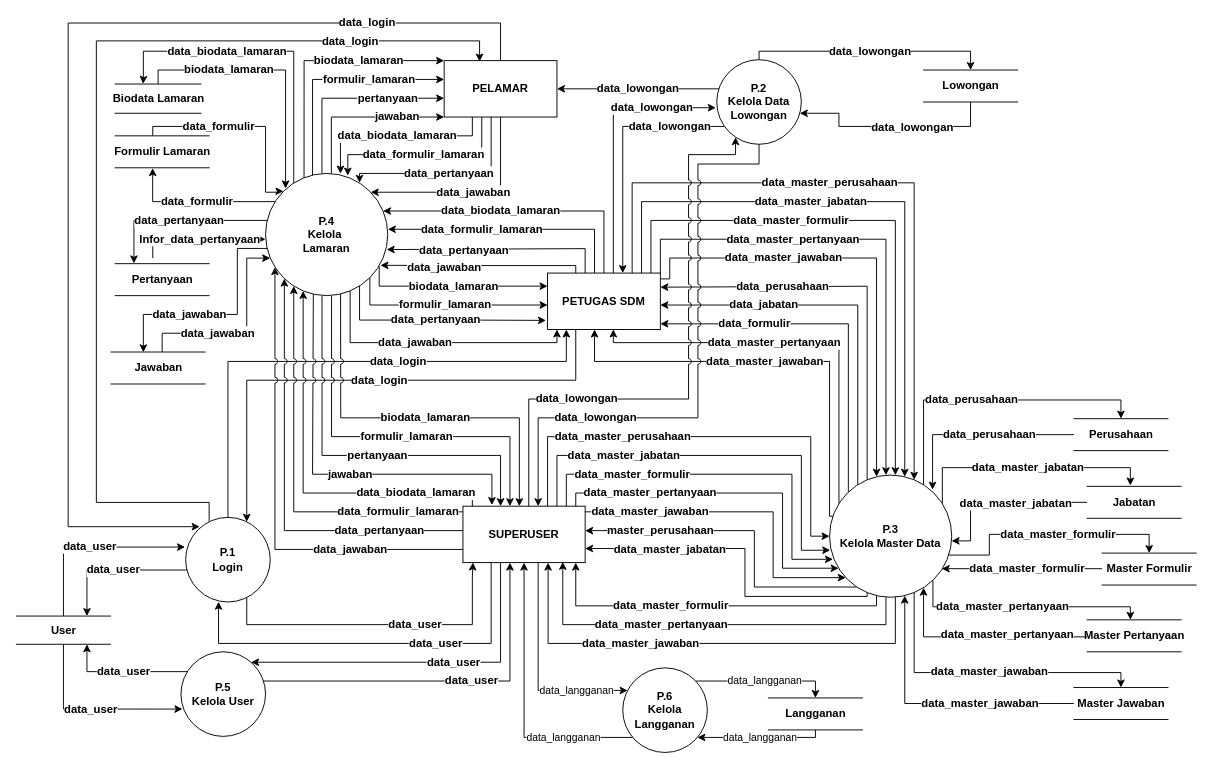
Earlier version of the draw.io diagram page "DFD 0" (2 of 8) of DFD v2.drawio (keys2505/tugas-akhir). Source tidied: cells renumbered, new cells numbered last; positions are measured from the earlier drawing's top-left corner, leaving out a move shared by most shapes. Both pictures are drawn from the tidied source at 94%, with x=0, y=0 at pixel (16, 23).
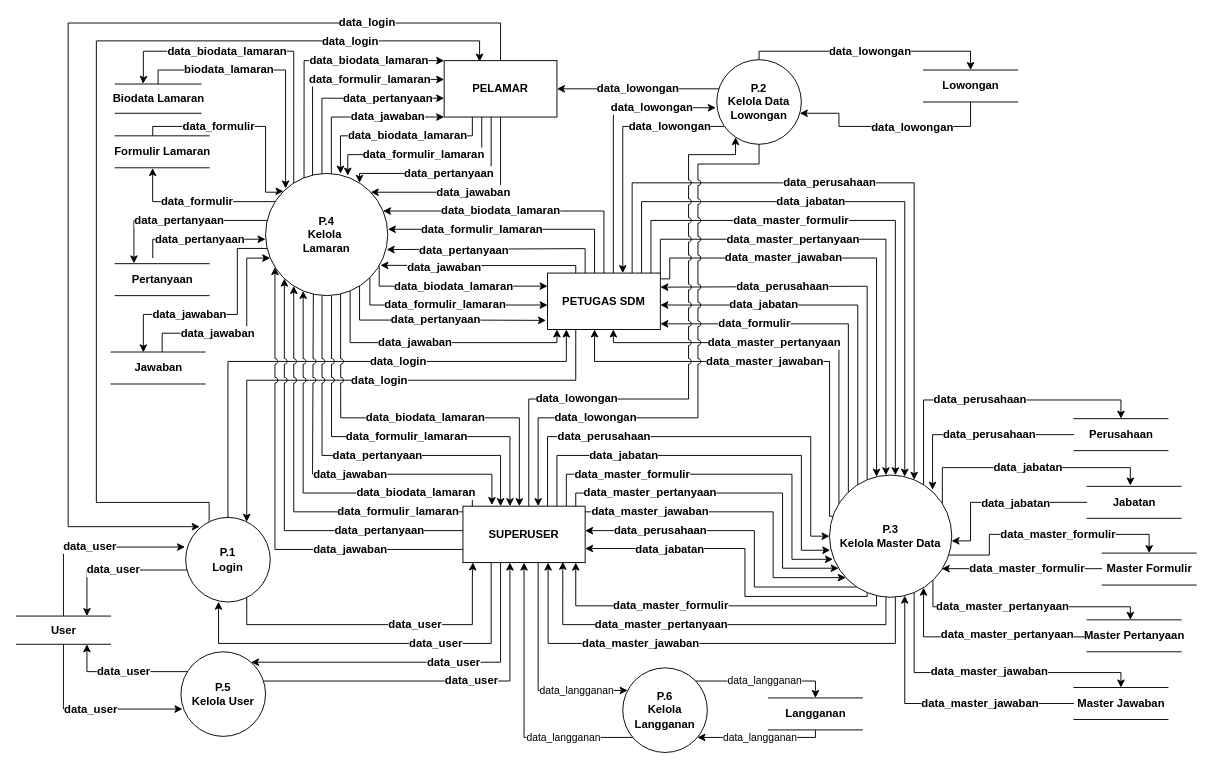
The same diagram, later.

The change refers to these unchanged cells:
```xml
<mxCell id="18" value="PETUGAS SDM" style="rounded=0;whiteSpace=wrap;html=1;fontStyle=1;fontSize=12;" parent="1" vertex="1">
  <mxGeometry x="565" y="266" width="120" height="60" as="geometry" />
</mxCell>
<mxCell id="24" value="PELAMAR" style="rounded=0;whiteSpace=wrap;html=1;fontStyle=1;fontSize=12;" parent="1" vertex="1">
  <mxGeometry x="455" y="40" width="120" height="60" as="geometry" />
</mxCell>
<mxCell id="36" value="SUPERUSER" style="rounded=0;whiteSpace=wrap;html=1;fontStyle=1;fontSize=12;" parent="1" vertex="1">
  <mxGeometry x="475" y="514" width="130" height="60" as="geometry" />
</mxCell>
<mxCell id="62" value="&lt;div style=&quot;font-size: 12px;&quot;&gt;P.3&lt;/div&gt;&lt;div style=&quot;font-size: 12px;&quot;&gt;Kelola Master Data&lt;br style=&quot;font-size: 12px;&quot;&gt;&lt;/div&gt;" style="ellipse;whiteSpace=wrap;html=1;fontStyle=1;fontSize=12;" parent="1" vertex="1">
  <mxGeometry x="865" y="480.9" width="130" height="130" as="geometry" />
</mxCell>
<mxCell id="79" value="&lt;div style=&quot;font-size: 12px;&quot;&gt;P.4&lt;/div&gt;&lt;div style=&quot;font-size: 12px;&quot;&gt;Kelola&amp;nbsp;&lt;/div&gt;&lt;div style=&quot;font-size: 12px;&quot;&gt;&lt;span style=&quot;background-color: initial; font-size: 12px;&quot;&gt;Lamaran&lt;/span&gt;&lt;br style=&quot;font-size: 12px;&quot;&gt;&lt;/div&gt;" style="ellipse;whiteSpace=wrap;html=1;fontStyle=1;fontSize=12;" parent="1" vertex="1">
  <mxGeometry x="265" y="160" width="130" height="130" as="geometry" />
</mxCell>
<mxCell id="90" value="Jabatan" style="html=1;dashed=0;whitespace=wrap;shape=partialRectangle;right=0;left=0;fontStyle=1;fontSize=12;" parent="1" vertex="1">
  <mxGeometry x="1139" y="492.9" width="100" height="34" as="geometry" />
</mxCell>
<mxCell id="92" value="Perusahaan" style="html=1;dashed=0;whitespace=wrap;shape=partialRectangle;right=0;left=0;fontStyle=1;fontSize=12;" parent="1" vertex="1">
  <mxGeometry x="1125" y="420.9" width="100" height="34" as="geometry" />
</mxCell>
```

What changed in the source:
```diff
@@
-    <mxCell id="13" value="data_master_jabatan" style="edgeStyle=orthogonalEdgeStyle;rounded=0;jettySize=auto;html=1;fontStyle=1;fontSize=12;" parent="1" edge="1" source="18" target="62">
+    <mxCell id="13" value="data_jabatan" style="edgeStyle=orthogonalEdgeStyle;rounded=0;jettySize=auto;html=1;fontStyle=1;fontSize=12;" parent="1" edge="1" source="18" target="62">
       <mxGeometry x="-0.21" relative="1" as="geometry">
         <Array as="points">
           <mxPoint x="665" y="190" />
           <mxPoint x="945" y="190" />
         </Array>
       </mxGeometry>
     </mxCell>
@@
-    <mxCell id="15" value="data_master_perusahaan" style="edgeStyle=orthogonalEdgeStyle;rounded=0;jettySize=auto;html=1;fontStyle=1;fontSize=12;" parent="1" edge="1" source="18" target="62">
+    <mxCell id="15" value="data_perusahaan" style="edgeStyle=orthogonalEdgeStyle;rounded=0;jettySize=auto;html=1;fontStyle=1;fontSize=12;" parent="1" edge="1" source="18" target="62">
       <mxGeometry x="-0.14" relative="1" as="geometry">
         <Array as="points">
           <mxPoint x="655" y="170" />
           <mxPoint x="955" y="170" />
         </Array>
       </mxGeometry>
     </mxCell>
@@
     <mxCell id="23" value="data_biodata_lamaran" style="edgeStyle=orthogonalEdgeStyle;rounded=0;jettySize=auto;html=1;entryX=0.613;entryY=0.002;entryDx=0;entryDy=0;entryPerimeter=0;fontStyle=1;fontSize=12;" parent="1" edge="1" source="24" target="79">
-      <mxGeometry relative="1" as="geometry">
+      <mxGeometry x="-0.1" relative="1" as="geometry">
         <Array as="points">
           <mxPoint x="485" y="120" />
           <mxPoint x="345" y="120" />
         </Array>
+        <mxPoint x="1" as="offset" />
       </mxGeometry>
     </mxCell>
@@
-    <mxCell id="27" value="jawaban" style="edgeStyle=orthogonalEdgeStyle;rounded=0;jettySize=auto;html=1;exitX=0.391;exitY=0.98;exitDx=0;exitDy=0;entryX=0.237;entryY=-0.02;entryDx=0;entryDy=0;exitPerimeter=0;jumpStyle=arc;entryPerimeter=0;fontStyle=1;fontSize=12;" parent="1" edge="1" source="79" target="36">
+    <mxCell id="27" value="data_jawaban" style="edgeStyle=orthogonalEdgeStyle;rounded=0;jettySize=auto;html=1;exitX=0.391;exitY=0.98;exitDx=0;exitDy=0;entryX=0.237;entryY=-0.02;entryDx=0;entryDy=0;exitPerimeter=0;jumpStyle=arc;entryPerimeter=0;fontStyle=1;fontSize=12;" parent="1" edge="1" source="79" target="36">
       <mxGeometry x="0.12" relative="1" as="geometry">
         <Array as="points">
           <mxPoint x="316" y="292" />
           <mxPoint x="315" y="292" />
           <mxPoint x="315" y="480" />
           <mxPoint x="506" y="480" />
         </Array>
       </mxGeometry>
     </mxCell>
-    <mxCell id="28" value="pertanyaan" style="edgeStyle=orthogonalEdgeStyle;rounded=0;jettySize=auto;html=1;jumpStyle=arc;exitX=0.462;exitY=1.003;exitDx=0;exitDy=0;exitPerimeter=0;fontStyle=1;fontSize=12;" parent="1" edge="1" source="79" target="36">
+    <mxCell id="28" value="data_pertanyaan" style="edgeStyle=orthogonalEdgeStyle;rounded=0;jettySize=auto;html=1;jumpStyle=arc;exitX=0.462;exitY=1.003;exitDx=0;exitDy=0;exitPerimeter=0;fontStyle=1;fontSize=12;" parent="1" edge="1" source="79" target="36">
       <mxGeometry x="0.11" relative="1" as="geometry">
         <Array as="points">
           <mxPoint x="325" y="460" />
           <mxPoint x="515" y="460" />
         </Array>
       </mxGeometry>
     </mxCell>
-    <mxCell id="29" value="formulir_lamaran" style="edgeStyle=orthogonalEdgeStyle;rounded=0;jettySize=auto;html=1;exitX=0.54;exitY=1.004;exitDx=0;exitDy=0;exitPerimeter=0;jumpStyle=arc;fontStyle=1;fontSize=12;" parent="1" edge="1" source="79" target="36">
+    <mxCell id="29" value="data_formulir_lamaran" style="edgeStyle=orthogonalEdgeStyle;rounded=0;jettySize=auto;html=1;exitX=0.54;exitY=1.004;exitDx=0;exitDy=0;exitPerimeter=0;jumpStyle=arc;fontStyle=1;fontSize=12;" parent="1" edge="1" source="79" target="36">
       <mxGeometry x="0.11" relative="1" as="geometry">
         <Array as="points">
           <mxPoint x="335" y="440" />
           <mxPoint x="525" y="440" />
         </Array>
       </mxGeometry>
     </mxCell>
-    <mxCell id="30" value="biodata_lamaran" style="edgeStyle=orthogonalEdgeStyle;rounded=0;jettySize=auto;html=1;exitX=0.614;exitY=0.988;exitDx=0;exitDy=0;exitPerimeter=0;jumpStyle=arc;fontStyle=1;fontSize=12;" parent="1" edge="1" source="79" target="36">
+    <mxCell id="30" value="data_biodata_lamaran" style="edgeStyle=orthogonalEdgeStyle;rounded=0;jettySize=auto;html=1;exitX=0.614;exitY=0.988;exitDx=0;exitDy=0;exitPerimeter=0;jumpStyle=arc;fontStyle=1;fontSize=12;" parent="1" edge="1" source="79" target="36">
       <mxGeometry x="0.07" relative="1" as="geometry">
         <Array as="points">
           <mxPoint x="345" y="290" />
           <mxPoint x="345" y="290" />
           <mxPoint x="345" y="420" />
           <mxPoint x="535" y="420" />
         </Array>
       </mxGeometry>
     </mxCell>
-    <mxCell id="31" value="data_master_perusahaan" style="edgeStyle=orthogonalEdgeStyle;rounded=0;jettySize=auto;html=1;entryX=0;entryY=0.5;entryDx=0;entryDy=0;fontStyle=1;fontSize=12;" parent="1" edge="1" source="36" target="62">
-      <mxGeometry x="-0.36" relative="1" as="geometry">
+    <mxCell id="31" value="data_perusahaan" style="edgeStyle=orthogonalEdgeStyle;rounded=0;jettySize=auto;html=1;entryX=0;entryY=0.5;entryDx=0;entryDy=0;fontStyle=1;fontSize=12;" parent="1" edge="1" source="36" target="62">
+      <mxGeometry x="-0.44" relative="1" as="geometry">
         <Array as="points">
           <mxPoint x="565" y="440" />
           <mxPoint x="845" y="440" />
           <mxPoint x="845" y="546" />
         </Array>
       </mxGeometry>
     </mxCell>
-    <mxCell id="32" value="data_master_jabatan" style="edgeStyle=orthogonalEdgeStyle;rounded=0;jettySize=auto;html=1;entryX=0.006;entryY=0.615;entryDx=0;entryDy=0;entryPerimeter=0;fontStyle=1;fontSize=12;" parent="1" edge="1" source="36" target="62">
+    <mxCell id="32" value="data_jabatan" style="edgeStyle=orthogonalEdgeStyle;rounded=0;jettySize=auto;html=1;entryX=0.006;entryY=0.615;entryDx=0;entryDy=0;entryPerimeter=0;fontStyle=1;fontSize=12;" parent="1" edge="1" source="36" target="62">
       <mxGeometry x="-0.44" relative="1" as="geometry">
         <Array as="points">
           <mxPoint x="575" y="460" />
           <mxPoint x="835" y="460" />
           <mxPoint x="835" y="561" />
         </Array>
       </mxGeometry>
     </mxCell>
@@
     <mxCell id="46" value="data_perusahaan" style="edgeStyle=orthogonalEdgeStyle;rounded=0;jettySize=auto;html=1;entryX=0.5;entryY=0;entryDx=0;entryDy=0;fontStyle=1;fontSize=12;" parent="1" edge="1" source="62" target="92">
-      <mxGeometry x="-0.12" relative="1" as="geometry">
+      <mxGeometry x="-0.06" relative="1" as="geometry">
         <Array as="points">
           <mxPoint x="965" y="401" />
           <mxPoint x="1175" y="401" />
         </Array>
       </mxGeometry>
     </mxCell>
-    <mxCell id="47" value="data_master_jabatan" style="edgeStyle=orthogonalEdgeStyle;rounded=0;jettySize=auto;html=1;fontStyle=1;fontSize=12;" parent="1" edge="1" source="62">
+    <mxCell id="47" value="data_jabatan" style="edgeStyle=orthogonalEdgeStyle;rounded=0;jettySize=auto;html=1;fontStyle=1;fontSize=12;" parent="1" edge="1" source="62">
       <mxGeometry relative="1" as="geometry">
         <mxPoint x="1185" y="492" as="targetPoint" />
         <Array as="points">
           <mxPoint x="985" y="473" />
           <mxPoint x="1185" y="473" />
           <mxPoint x="1185" y="492" />
         </Array>
       </mxGeometry>
     </mxCell>
@@
-    <mxCell id="57" value="master_perusahaan" style="edgeStyle=orthogonalEdgeStyle;rounded=0;jettySize=auto;html=1;fontStyle=1;fontSize=12;" parent="1" edge="1" source="62" target="36">
+    <mxCell id="57" value="data_perusahaan" style="edgeStyle=orthogonalEdgeStyle;rounded=0;jettySize=auto;html=1;fontStyle=1;fontSize=12;" parent="1" edge="1" source="62" target="36">
       <mxGeometry x="0.54" relative="1" as="geometry">
         <Array as="points">
           <mxPoint x="785" y="600" />
           <mxPoint x="785" y="540" />
         </Array>
       </mxGeometry>
     </mxCell>
-    <mxCell id="58" value="data_master_jabatan" style="edgeStyle=orthogonalEdgeStyle;rounded=0;jettySize=auto;html=1;entryX=1;entryY=0.75;entryDx=0;entryDy=0;exitX=0.294;exitY=0.947;exitDx=0;exitDy=0;exitPerimeter=0;fontStyle=1;fontSize=12;" parent="1" edge="1" source="62" target="36">
+    <mxCell id="58" value="data_jabatan" style="edgeStyle=orthogonalEdgeStyle;rounded=0;jettySize=auto;html=1;entryX=1;entryY=0.75;entryDx=0;entryDy=0;exitX=0.294;exitY=0.947;exitDx=0;exitDy=0;exitPerimeter=0;fontStyle=1;fontSize=12;" parent="1" edge="1" source="62" target="36">
       <mxGeometry x="0.5" y="1" relative="1" as="geometry">
         <Array as="points">
           <mxPoint x="905" y="604" />
           <mxPoint x="905" y="610" />
           <mxPoint x="775" y="610" />
           <mxPoint x="775" y="559" />
         </Array>
       </mxGeometry>
     </mxCell>
@@
-    <mxCell id="71" value="biodata_lamaran" style="edgeStyle=orthogonalEdgeStyle;rounded=0;jettySize=auto;html=1;entryX=0;entryY=0;entryDx=0;entryDy=0;exitX=0.315;exitY=0.045;exitDx=0;exitDy=0;exitPerimeter=0;fontStyle=1;fontSize=12;" parent="1" edge="1" source="79" target="24">
-      <mxGeometry x="0.34" relative="1" as="geometry">
+    <mxCell id="71" value="data_biodata_lamaran" style="edgeStyle=orthogonalEdgeStyle;rounded=0;jettySize=auto;html=1;entryX=0;entryY=0;entryDx=0;entryDy=0;exitX=0.315;exitY=0.045;exitDx=0;exitDy=0;exitPerimeter=0;fontStyle=1;fontSize=12;" parent="1" edge="1" source="79" target="24">
+      <mxGeometry x="0.42" relative="1" as="geometry">
         <Array as="points">
           <mxPoint x="306" y="40" />
           <mxPoint x="455" y="40" />
         </Array>
       </mxGeometry>
     </mxCell>
-    <mxCell id="72" value="formulir_lamaran" style="edgeStyle=orthogonalEdgeStyle;rounded=0;jettySize=auto;html=1;fontStyle=1;fontSize=12;" parent="1" edge="1" source="79">
+    <mxCell id="72" value="data_formulir_lamaran" style="edgeStyle=orthogonalEdgeStyle;rounded=0;jettySize=auto;html=1;fontStyle=1;fontSize=12;" parent="1" edge="1" source="79">
       <mxGeometry x="0.34" relative="1" as="geometry">
         <mxPoint x="455" y="60" as="targetPoint" />
         <Array as="points">
           <mxPoint x="315" y="60" />
           <mxPoint x="455" y="60" />
         </Array>
+        <mxPoint x="1" as="offset" />
       </mxGeometry>
     </mxCell>
-    <mxCell id="73" value="pertanyaan" style="edgeStyle=orthogonalEdgeStyle;rounded=0;jettySize=auto;html=1;fontStyle=1;fontSize=12;" parent="1" edge="1" source="79">
+    <mxCell id="73" value="data_pertanyaan" style="edgeStyle=orthogonalEdgeStyle;rounded=0;jettySize=auto;html=1;fontStyle=1;fontSize=12;" parent="1" edge="1" source="79">
       <mxGeometry x="0.43" relative="1" as="geometry">
         <mxPoint x="455" y="80" as="targetPoint" />
         <Array as="points">
           <mxPoint x="325" y="80" />
           <mxPoint x="455" y="80" />
         </Array>
       </mxGeometry>
     </mxCell>
-    <mxCell id="74" value="jawaban" style="edgeStyle=orthogonalEdgeStyle;rounded=0;jettySize=auto;html=1;fontStyle=1;fontSize=12;" parent="1" edge="1" source="79">
-      <mxGeometry x="0.44" relative="1" as="geometry">
+    <mxCell id="74" value="data_jawaban" style="edgeStyle=orthogonalEdgeStyle;rounded=0;jettySize=auto;html=1;fontStyle=1;fontSize=12;" parent="1" edge="1" source="79">
+      <mxGeometry x="0.33" relative="1" as="geometry">
         <mxPoint x="455" y="100" as="targetPoint" />
         <Array as="points">
           <mxPoint x="335" y="100" />
         </Array>
       </mxGeometry>
     </mxCell>
-    <mxCell id="75" value="biodata_lamaran" style="edgeStyle=orthogonalEdgeStyle;rounded=0;jettySize=auto;html=1;exitX=0.93;exitY=0.759;exitDx=0;exitDy=0;exitPerimeter=0;entryX=0;entryY=0.232;entryDx=0;entryDy=0;entryPerimeter=0;fontStyle=1;fontSize=12;" parent="1" edge="1" source="79" target="18">
+    <mxCell id="75" value="data_biodata_lamaran" style="edgeStyle=orthogonalEdgeStyle;rounded=0;jettySize=auto;html=1;exitX=0.93;exitY=0.759;exitDx=0;exitDy=0;exitPerimeter=0;entryX=0;entryY=0.232;entryDx=0;entryDy=0;entryPerimeter=0;fontStyle=1;fontSize=12;" parent="1" edge="1" source="79" target="18">
       <mxGeometry relative="1" as="geometry">
         <Array as="points">
           <mxPoint x="386" y="280" />
         </Array>
       </mxGeometry>
     </mxCell>
-    <mxCell id="76" value="formulir_lamaran" style="edgeStyle=orthogonalEdgeStyle;rounded=0;jettySize=auto;html=1;exitX=1;exitY=1;exitDx=0;exitDy=0;fontStyle=1;fontSize=12;" parent="1" edge="1" source="79">
+    <mxCell id="76" value="data_formulir_lamaran" style="edgeStyle=orthogonalEdgeStyle;rounded=0;jettySize=auto;html=1;exitX=1;exitY=1;exitDx=0;exitDy=0;fontStyle=1;fontSize=12;" parent="1" edge="1" source="79">
       <mxGeometry relative="1" as="geometry">
         <mxPoint x="565" y="300" as="targetPoint" />
         <Array as="points">
           <mxPoint x="376" y="300" />
           <mxPoint x="565" y="300" />
         </Array>
       </mxGeometry>
     </mxCell>
@@
-    <mxCell id="89" value="data_master_jabatan" style="edgeStyle=orthogonalEdgeStyle;rounded=0;jettySize=auto;html=1;fontStyle=1;fontSize=12;" parent="1" edge="1" source="90" target="62">
+    <mxCell id="89" value="data_jabatan" style="edgeStyle=orthogonalEdgeStyle;rounded=0;jettySize=auto;html=1;fontStyle=1;fontSize=12;" parent="1" edge="1" source="90" target="62">
       <mxGeometry x="-0.18" y="1" relative="1" as="geometry">
         <Array as="points">
           <mxPoint x="1015" y="509.9" />
           <mxPoint x="1015" y="550.9" />
         </Array>
       </mxGeometry>
     </mxCell>
@@
-    <mxCell id="93" value="Infor_data_pertanyaan" style="edgeStyle=orthogonalEdgeStyle;rounded=0;orthogonalLoop=1;jettySize=auto;html=1;fontStyle=1;fontSize=12;" parent="1" edge="1">
+    <mxCell id="93" value="data_pertanyaan" style="edgeStyle=orthogonalEdgeStyle;rounded=0;orthogonalLoop=1;jettySize=auto;html=1;fontStyle=1;fontSize=12;" parent="1" edge="1">
       <mxGeometry relative="1" as="geometry">
         <mxPoint x="145" y="250" as="sourcePoint" />
         <mxPoint x="265" y="230" as="targetPoint" />
         <Array as="points">
           <mxPoint x="155" y="230" />
           <mxPoint x="265" y="230" />
         </Array>
       </mxGeometry>
     </mxCell>
```
